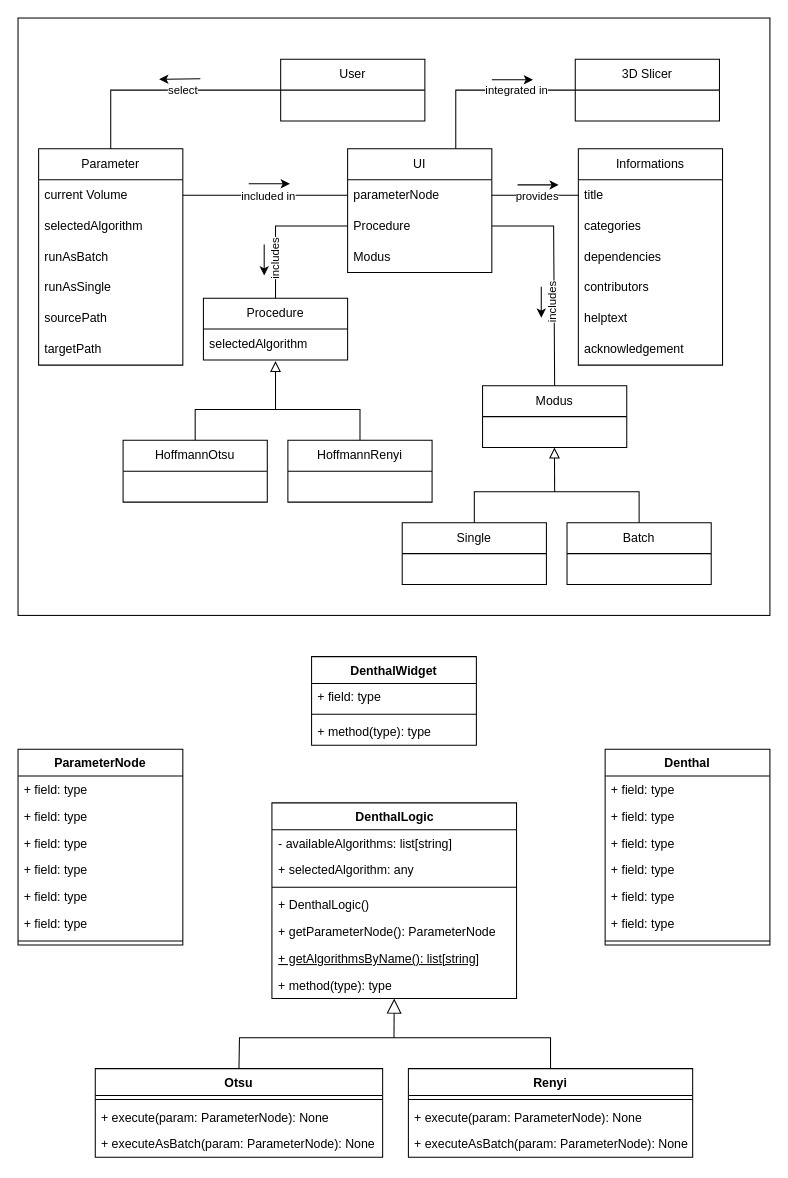
Earlier version of the draw.io diagram page "Domänenmodell" (1 of 2) of diagrams/3d_slicer_extension-3-3.drawio (lukaskonietzka/abschlussarbeit). Source tidied: cells renumbered, new cells numbered last; positions are measured from the earlier drawing's top-left corner, leaving out a move shared by most shapes. Both pictures are drawn from the tidied source at 103%, with x=0, y=0 at pixel (18, 18).
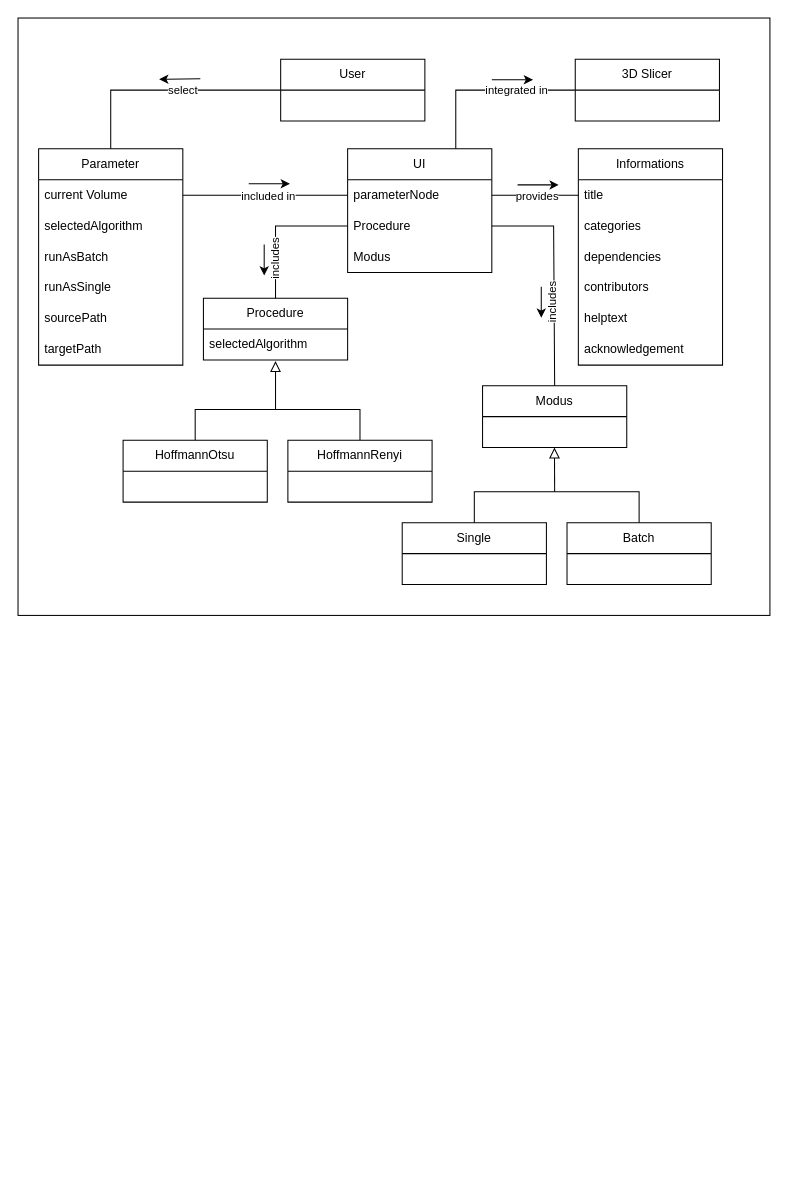
The same page after the edit.

Diff of the diagram source:
```diff
@@
-    <mxCell id="54" value="DenthalWidget" style="swimlane;fontStyle=1;align=center;verticalAlign=top;horizontal=1;startSize=26;whiteSpace=wrap;html=1;" parent="1" vertex="1">
-      <mxGeometry x="285" y="620" width="160" height="86" as="geometry" />
-    </mxCell>
-    <mxCell id="55" value="+ field: type" style="text;strokeColor=none;fillColor=none;align=left;verticalAlign=top;spacingLeft=4;spacingRight=4;overflow=hidden;whiteSpace=wrap;html=1;" parent="54" vertex="1">
-      <mxGeometry y="26" width="160" height="26" as="geometry" />
-    </mxCell>
-    <mxCell id="56" style="line;strokeWidth=1;fillColor=none;align=left;verticalAlign=middle;spacingTop=-1;spacingLeft=3;spacingRight=3;labelPosition=right;strokeColor=inherit;" parent="54" vertex="1">
-      <mxGeometry y="52" width="160" height="8" as="geometry" />
-    </mxCell>
-    <mxCell id="57" value="+ method(type): type" style="text;strokeColor=none;fillColor=none;align=left;verticalAlign=top;spacingLeft=4;spacingRight=4;overflow=hidden;whiteSpace=wrap;html=1;" parent="54" vertex="1">
-      <mxGeometry y="60" width="160" height="26" as="geometry" />
-    </mxCell>
-    <mxCell id="58" value="DenthalLogic" style="swimlane;fontStyle=1;align=center;verticalAlign=top;horizontal=1;startSize=26;whiteSpace=wrap;html=1;" parent="1" vertex="1">
-      <mxGeometry x="246.5" y="762" width="237.5" height="190" as="geometry" />
-    </mxCell>
-    <mxCell id="59" value="- availableAlgorithms: list[string]" style="text;strokeColor=none;fillColor=none;align=left;verticalAlign=top;spacingLeft=4;spacingRight=4;overflow=hidden;whiteSpace=wrap;html=1;" parent="58" vertex="1">
-      <mxGeometry y="26" width="237.5" height="26" as="geometry" />
-    </mxCell>
-    <mxCell id="60" value="+ selectedAlgorithm: any" style="text;strokeColor=none;fillColor=none;align=left;verticalAlign=top;spacingLeft=4;spacingRight=4;overflow=hidden;whiteSpace=wrap;html=1;" parent="58" vertex="1">
-      <mxGeometry y="52" width="237.5" height="26" as="geometry" />
-    </mxCell>
-    <mxCell id="61" style="line;strokeWidth=1;fillColor=none;align=left;verticalAlign=middle;spacingTop=-1;spacingLeft=3;spacingRight=3;labelPosition=right;strokeColor=inherit;" parent="58" vertex="1">
-      <mxGeometry y="78" width="237.5" height="8" as="geometry" />
-    </mxCell>
-    <mxCell id="62" value="+ DenthalLogic()" style="text;strokeColor=none;fillColor=none;align=left;verticalAlign=top;spacingLeft=4;spacingRight=4;overflow=hidden;whiteSpace=wrap;html=1;fontStyle=0;" parent="58" vertex="1">
-      <mxGeometry y="86" width="237.5" height="26" as="geometry" />
-    </mxCell>
-    <mxCell id="63" value="+ getParameterNode(): ParameterNode" style="text;strokeColor=none;fillColor=none;align=left;verticalAlign=top;spacingLeft=4;spacingRight=4;overflow=hidden;whiteSpace=wrap;html=1;" parent="58" vertex="1">
-      <mxGeometry y="112" width="237.5" height="26" as="geometry" />
-    </mxCell>
-    <mxCell id="64" value="+ getAlgorithmsByName(): list[string]" style="text;strokeColor=none;fillColor=none;align=left;verticalAlign=top;spacingLeft=4;spacingRight=4;overflow=hidden;whiteSpace=wrap;html=1;fontStyle=4;" parent="58" vertex="1">
-      <mxGeometry y="138" width="237.5" height="26" as="geometry" />
-    </mxCell>
-    <mxCell id="65" value="+ method(type): type" style="text;strokeColor=none;fillColor=none;align=left;verticalAlign=top;spacingLeft=4;spacingRight=4;overflow=hidden;whiteSpace=wrap;html=1;" parent="58" vertex="1">
-      <mxGeometry y="164" width="237.5" height="26" as="geometry" />
-    </mxCell>
-    <mxCell id="66" value="Otsu" style="swimlane;fontStyle=1;align=center;verticalAlign=top;horizontal=1;startSize=26;whiteSpace=wrap;html=1;" parent="1" vertex="1">
-      <mxGeometry x="75" y="1020" width="279" height="86" as="geometry" />
-    </mxCell>
-    <mxCell id="67" style="line;strokeWidth=1;fillColor=none;align=left;verticalAlign=middle;spacingTop=-1;spacingLeft=3;spacingRight=3;labelPosition=right;strokeColor=inherit;" parent="66" vertex="1">
-      <mxGeometry y="26" width="279" height="8" as="geometry" />
-    </mxCell>
-    <mxCell id="68" value="+ execute(param: ParameterNode): None" style="text;strokeColor=none;fillColor=none;align=left;verticalAlign=top;spacingLeft=4;spacingRight=4;overflow=hidden;whiteSpace=wrap;html=1;" parent="66" vertex="1">
-      <mxGeometry y="34" width="279" height="26" as="geometry" />
-    </mxCell>
-    <mxCell id="69" value="+ executeAsBatch(param: ParameterNode): None" style="text;strokeColor=none;fillColor=none;align=left;verticalAlign=top;spacingLeft=4;spacingRight=4;overflow=hidden;whiteSpace=wrap;html=1;" parent="66" vertex="1">
-      <mxGeometry y="60" width="279" height="26" as="geometry" />
-    </mxCell>
-    <mxCell id="70" value="Renyi" style="swimlane;fontStyle=1;align=center;verticalAlign=top;horizontal=1;startSize=26;whiteSpace=wrap;html=1;" parent="1" vertex="1">
-      <mxGeometry x="379" y="1020" width="276" height="86" as="geometry" />
-    </mxCell>
-    <mxCell id="71" style="line;strokeWidth=1;fillColor=none;align=left;verticalAlign=middle;spacingTop=-1;spacingLeft=3;spacingRight=3;labelPosition=right;strokeColor=inherit;" parent="70" vertex="1">
-      <mxGeometry y="26" width="276" height="8" as="geometry" />
-    </mxCell>
-    <mxCell id="72" value="+ execute(param: ParameterNode): None" style="text;strokeColor=none;fillColor=none;align=left;verticalAlign=top;spacingLeft=4;spacingRight=4;overflow=hidden;whiteSpace=wrap;html=1;" parent="70" vertex="1">
-      <mxGeometry y="34" width="276" height="26" as="geometry" />
-    </mxCell>
-    <mxCell id="73" value="+ executeAsBatch(param: ParameterNode): None" style="text;strokeColor=none;fillColor=none;align=left;verticalAlign=top;spacingLeft=4;spacingRight=4;overflow=hidden;whiteSpace=wrap;html=1;" parent="70" vertex="1">
-      <mxGeometry y="60" width="276" height="26" as="geometry" />
-    </mxCell>
-    <mxCell id="74" style="endArrow=block;endFill=0;endSize=12;html=1;rounded=0;entryX=0.5;entryY=1;entryDx=0;entryDy=0;" parent="1" edge="1" target="58">
-      <mxGeometry relative="1" as="geometry">
-        <mxPoint x="365" y="990" as="sourcePoint" />
-      </mxGeometry>
-    </mxCell>
-    <mxCell id="75" style="endArrow=none;html=1;rounded=0;exitX=0.5;exitY=0;exitDx=0;exitDy=0;entryX=0.5;entryY=0;entryDx=0;entryDy=0;" parent="1" edge="1" source="66" target="70">
-      <mxGeometry relative="1" as="geometry">
-        <Array as="points">
-          <mxPoint x="215" y="990" />
-          <mxPoint x="517" y="990" />
-        </Array>
-      </mxGeometry>
-    </mxCell>
-    <mxCell id="76" value="ParameterNode" style="swimlane;fontStyle=1;align=center;verticalAlign=top;horizontal=1;startSize=26;whiteSpace=wrap;html=1;" parent="1" vertex="1">
-      <mxGeometry y="710" width="160" height="190" as="geometry" />
-    </mxCell>
-    <mxCell id="77" value="+ field: type" style="text;strokeColor=none;fillColor=none;align=left;verticalAlign=top;spacingLeft=4;spacingRight=4;overflow=hidden;whiteSpace=wrap;html=1;" parent="76" vertex="1">
-      <mxGeometry y="26" width="160" height="26" as="geometry" />
-    </mxCell>
-    <mxCell id="78" value="+ field: type" style="text;strokeColor=none;fillColor=none;align=left;verticalAlign=top;spacingLeft=4;spacingRight=4;overflow=hidden;whiteSpace=wrap;html=1;" parent="76" vertex="1">
-      <mxGeometry y="52" width="160" height="26" as="geometry" />
-    </mxCell>
-    <mxCell id="79" value="+ field: type" style="text;strokeColor=none;fillColor=none;align=left;verticalAlign=top;spacingLeft=4;spacingRight=4;overflow=hidden;whiteSpace=wrap;html=1;" parent="76" vertex="1">
-      <mxGeometry y="78" width="160" height="26" as="geometry" />
-    </mxCell>
-    <mxCell id="80" value="+ field: type" style="text;strokeColor=none;fillColor=none;align=left;verticalAlign=top;spacingLeft=4;spacingRight=4;overflow=hidden;whiteSpace=wrap;html=1;" parent="76" vertex="1">
-      <mxGeometry y="104" width="160" height="26" as="geometry" />
-    </mxCell>
-    <mxCell id="81" value="+ field: type" style="text;strokeColor=none;fillColor=none;align=left;verticalAlign=top;spacingLeft=4;spacingRight=4;overflow=hidden;whiteSpace=wrap;html=1;" parent="76" vertex="1">
-      <mxGeometry y="130" width="160" height="26" as="geometry" />
-    </mxCell>
-    <mxCell id="82" value="+ field: type" style="text;strokeColor=none;fillColor=none;align=left;verticalAlign=top;spacingLeft=4;spacingRight=4;overflow=hidden;whiteSpace=wrap;html=1;" parent="76" vertex="1">
-      <mxGeometry y="156" width="160" height="26" as="geometry" />
-    </mxCell>
-    <mxCell id="83" style="line;strokeWidth=1;fillColor=none;align=left;verticalAlign=middle;spacingTop=-1;spacingLeft=3;spacingRight=3;labelPosition=right;strokeColor=inherit;" parent="76" vertex="1">
-      <mxGeometry y="182" width="160" height="8" as="geometry" />
-    </mxCell>
-    <mxCell id="84" value="Denthal" style="swimlane;fontStyle=1;align=center;verticalAlign=top;horizontal=1;startSize=26;whiteSpace=wrap;html=1;" parent="1" vertex="1">
-      <mxGeometry x="570" y="710" width="160" height="190" as="geometry" />
-    </mxCell>
-    <mxCell id="85" value="+ field: type" style="text;strokeColor=none;fillColor=none;align=left;verticalAlign=top;spacingLeft=4;spacingRight=4;overflow=hidden;whiteSpace=wrap;html=1;" parent="84" vertex="1">
-      <mxGeometry y="26" width="160" height="26" as="geometry" />
-    </mxCell>
-    <mxCell id="86" value="+ field: type" style="text;strokeColor=none;fillColor=none;align=left;verticalAlign=top;spacingLeft=4;spacingRight=4;overflow=hidden;whiteSpace=wrap;html=1;" parent="84" vertex="1">
-      <mxGeometry y="52" width="160" height="26" as="geometry" />
-    </mxCell>
-    <mxCell id="87" value="+ field: type" style="text;strokeColor=none;fillColor=none;align=left;verticalAlign=top;spacingLeft=4;spacingRight=4;overflow=hidden;whiteSpace=wrap;html=1;" parent="84" vertex="1">
-      <mxGeometry y="78" width="160" height="26" as="geometry" />
-    </mxCell>
-    <mxCell id="88" value="+ field: type" style="text;strokeColor=none;fillColor=none;align=left;verticalAlign=top;spacingLeft=4;spacingRight=4;overflow=hidden;whiteSpace=wrap;html=1;" parent="84" vertex="1">
-      <mxGeometry y="104" width="160" height="26" as="geometry" />
-    </mxCell>
-    <mxCell id="89" value="+ field: type" style="text;strokeColor=none;fillColor=none;align=left;verticalAlign=top;spacingLeft=4;spacingRight=4;overflow=hidden;whiteSpace=wrap;html=1;" parent="84" vertex="1">
-      <mxGeometry y="130" width="160" height="26" as="geometry" />
-    </mxCell>
-    <mxCell id="90" value="+ field: type" style="text;strokeColor=none;fillColor=none;align=left;verticalAlign=top;spacingLeft=4;spacingRight=4;overflow=hidden;whiteSpace=wrap;html=1;" parent="84" vertex="1">
-      <mxGeometry y="156" width="160" height="26" as="geometry" />
-    </mxCell>
-    <mxCell id="91" style="line;strokeWidth=1;fillColor=none;align=left;verticalAlign=middle;spacingTop=-1;spacingLeft=3;spacingRight=3;labelPosition=right;strokeColor=inherit;" parent="84" vertex="1">
-      <mxGeometry y="182" width="160" height="8" as="geometry" />
-    </mxCell>
```
